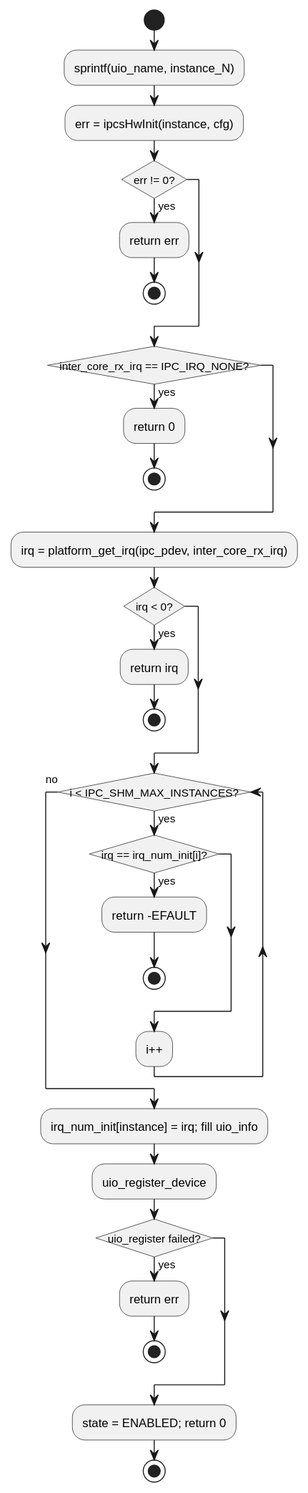
Above: c1_sdd_linux-ipcs/cursor_tmp/flow_svgs/linux_6_4_21_ipcsUioInit.svg in Mastang1/sad_sdd_proj (PlantUML), before the change.
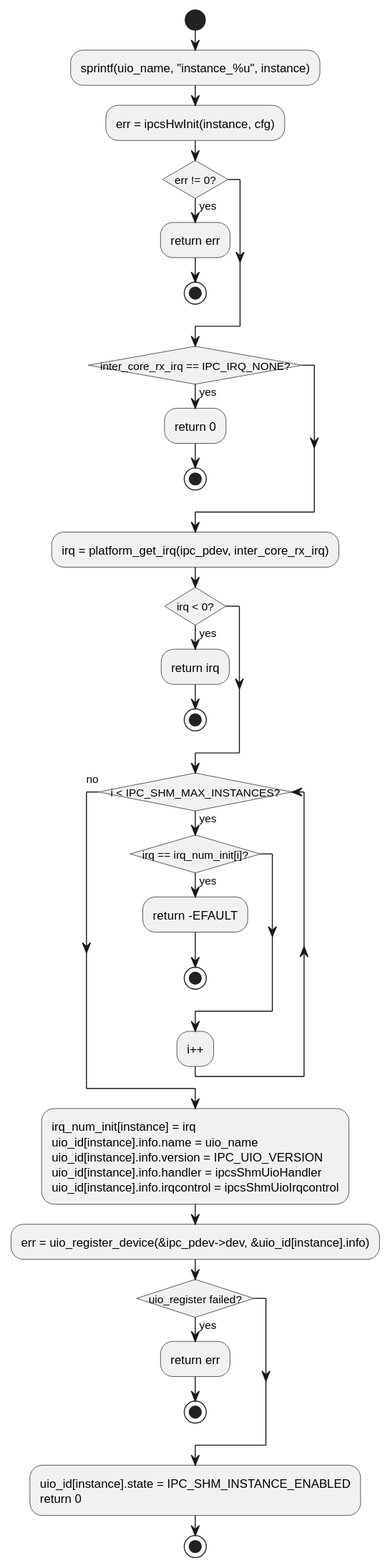
After the change.

The edit, as a diff of the source:
```diff
@@ -3,34 +3,34 @@
 skinparam conditionStyle insideDiamond
 skinparam linetype ortho
 start
-:sprintf(uio_name, instance_N);
+:sprintf(uio_name, "instance_%u", instance);
 :err = ipcsHwInit(instance, cfg);
 if (err != 0?) then (yes)
   :return err;
-  stop
+stop
 endif
 if (inter_core_rx_irq == IPC_IRQ_NONE?) then (yes)
   :return 0;
-  stop
+stop
 endif
 :irq = platform_get_irq(ipc_pdev, inter_core_rx_irq);
 if (irq < 0?) then (yes)
   :return irq;
-  stop
+stop
 endif
 while (i < IPC_SHM_MAX_INSTANCES?) is (yes)
   if (irq == irq_num_init[i]?) then (yes)
     :return -EFAULT;
-    stop
+stop
   endif
   :i++;
 endwhile (no)
-:irq_num_init[instance] = irq; fill uio_info;
-:uio_register_device;
+:irq_num_init[instance] = irq\nuio_id[instance].info.name = uio_name\nuio_id[instance].info.version = IPC_UIO_VERSION\nuio_id[instance].info.handler = ipcsShmUioHandler\nuio_id[instance].info.irqcontrol = ipcsShmUioIrqcontrol;
+:err = uio_register_device(&ipc_pdev->dev, &uio_id[instance].info);
 if (uio_register failed?) then (yes)
   :return err;
-  stop
+stop
 endif
-:state = ENABLED; return 0;
+:uio_id[instance].state = IPC_SHM_INSTANCE_ENABLED\nreturn 0;
 stop
 @enduml
```
